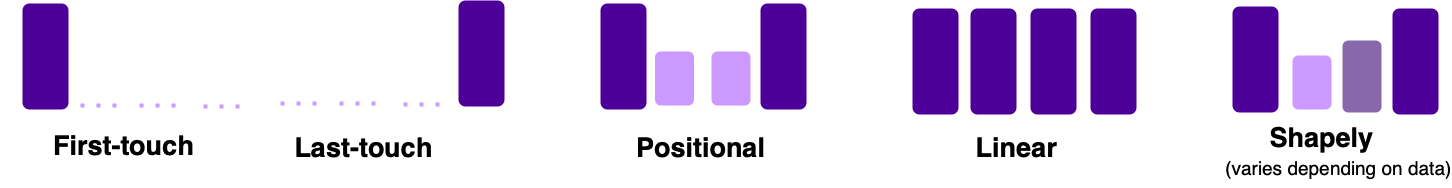
Before: docs/modeling-your-data/modeling-your-data-with-dbt/dbt-models/dbt-fractribution-data-model/images/attribution_models_light.png, a diagram exported from draw.io (snowplow/documentation). Source tidied: cells renumbered, new cells last; positions are measured from the earlier drawing's top-left corner, leaving out a move shared by most shapes.
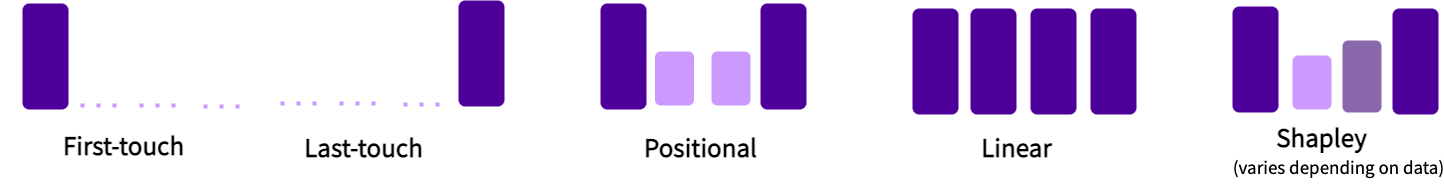
After the change.

The edit, as a diff of the source:
```diff
@@ -2,31 +2,31 @@
   <root>
     <mxCell id="0" />
     <mxCell id="1" parent="0" />
-    <mxCell id="2" value="&lt;font size=&quot;1&quot;&gt;&lt;b style=&quot;font-size: 27px;&quot;&gt;Last-touch&lt;/b&gt;&lt;/font&gt;" style="text;spacingTop=-5;align=center;verticalAlign=middle;fontStyle=0;html=1;fontSize=18;strokeColor=none;strokeWidth=6;" parent="1" vertex="1">
+    <mxCell id="2" value="&lt;font size=&quot;1&quot;&gt;&lt;b style=&quot;font-size: 27px;&quot;&gt;Last-touch&lt;/b&gt;&lt;/font&gt;" style="text;spacingTop=-5;align=center;verticalAlign=middle;fontStyle=0;html=1;fontSize=18;strokeColor=none;strokeWidth=6;fontFamily=Source Sans Pro;fontSource=https%3A%2F%2Ffonts.googleapis.com%2Fcss%3Ffamily%3DSource%2BSans%2BPro;" parent="1" vertex="1">
       <mxGeometry x="303" y="134" width="120" height="30" as="geometry" />
     </mxCell>
-    <mxCell id="3" value="&lt;font size=&quot;1&quot;&gt;&lt;b style=&quot;font-size: 27px;&quot;&gt;Positional&lt;/b&gt;&lt;/font&gt;" style="text;spacingTop=-5;align=center;verticalAlign=middle;fontStyle=0;html=1;fontSize=18;strokeColor=none;strokeWidth=6;" parent="1" vertex="1">
+    <mxCell id="3" value="&lt;font size=&quot;1&quot;&gt;&lt;b style=&quot;font-size: 27px;&quot;&gt;Positional&lt;/b&gt;&lt;/font&gt;" style="text;spacingTop=-5;align=center;verticalAlign=middle;fontStyle=0;html=1;fontSize=18;strokeColor=none;strokeWidth=6;fontFamily=Source Sans Pro;fontSource=https%3A%2F%2Ffonts.googleapis.com%2Fcss%3Ffamily%3DSource%2BSans%2BPro;" parent="1" vertex="1">
       <mxGeometry x="640" y="134" width="120" height="30" as="geometry" />
     </mxCell>
-    <mxCell id="4" value="&lt;font size=&quot;1&quot;&gt;&lt;b style=&quot;font-size: 27px;&quot;&gt;Linear&lt;/b&gt;&lt;/font&gt;" style="text;spacingTop=-5;align=center;verticalAlign=middle;fontStyle=0;html=1;fontSize=18;strokeColor=none;strokeWidth=6;" parent="1" vertex="1">
+    <mxCell id="4" value="&lt;font size=&quot;1&quot;&gt;&lt;b style=&quot;font-size: 27px;&quot;&gt;Linear&lt;/b&gt;&lt;/font&gt;" style="text;spacingTop=-5;align=center;verticalAlign=middle;fontStyle=0;html=1;fontSize=18;strokeColor=none;strokeWidth=6;fontFamily=Source Sans Pro;fontSource=https%3A%2F%2Ffonts.googleapis.com%2Fcss%3Ffamily%3DSource%2BSans%2BPro;" parent="1" vertex="1">
       <mxGeometry x="956" y="134" width="120" height="30" as="geometry" />
     </mxCell>
-    <mxCell id="5" style="group;" parent="1" vertex="1">
+    <mxCell id="5" style="group;fontFamily=Source Sans Pro;fontSource=https%3A%2F%2Ffonts.googleapis.com%2Fcss%3Ffamily%3DSource%2BSans%2BPro;" parent="1" vertex="1">
       <mxGeometry width="183" height="164" as="geometry" />
     </mxCell>
-    <mxCell id="6" value="&lt;font size=&quot;1&quot;&gt;&lt;b style=&quot;font-size: 27px;&quot;&gt;First-touch&lt;/b&gt;&lt;/font&gt;" style="text;spacingTop=-5;align=center;verticalAlign=middle;fontStyle=0;html=1;fontSize=18;strokeColor=none;strokeWidth=6;" parent="5" vertex="1">
+    <mxCell id="6" value="&lt;font size=&quot;1&quot;&gt;&lt;b style=&quot;font-size: 27px;&quot;&gt;First-touch&lt;/b&gt;&lt;/font&gt;" style="text;spacingTop=-5;align=center;verticalAlign=middle;fontStyle=0;html=1;fontSize=18;strokeColor=none;strokeWidth=6;fontFamily=Source Sans Pro;fontSource=https%3A%2F%2Ffonts.googleapis.com%2Fcss%3Ffamily%3DSource%2BSans%2BPro;" parent="5" vertex="1">
       <mxGeometry x="63" y="132" width="120" height="30" as="geometry" />
     </mxCell>
-    <mxCell id="7" style="group;" parent="1" vertex="1">
+    <mxCell id="7" style="group;fontFamily=Source Sans Pro;fontSource=https%3A%2F%2Ffonts.googleapis.com%2Fcss%3Ffamily%3DSource%2BSans%2BPro;" parent="1" vertex="1">
       <mxGeometry x="282" width="222" height="106" as="geometry" />
     </mxCell>
-    <mxCell id="8" style="whiteSpace=wrap;fillColor=#4C0099;gradientDirection=east;strokeColor=none;html=1;fontColor=#ffffff;rounded=1;" parent="7" vertex="1">
+    <mxCell id="8" style="whiteSpace=wrap;fillColor=#4C0099;gradientDirection=east;strokeColor=none;html=1;fontColor=#ffffff;rounded=1;fontFamily=Source Sans Pro;fontSource=https%3A%2F%2Ffonts.googleapis.com%2Fcss%3Ffamily%3DSource%2BSans%2BPro;" parent="7" vertex="1">
       <mxGeometry x="176" width="46" height="106" as="geometry" />
     </mxCell>
-    <mxCell id="9" style="group;" parent="7" vertex="1">
+    <mxCell id="9" style="group;fontFamily=Source Sans Pro;fontSource=https%3A%2F%2Ffonts.googleapis.com%2Fcss%3Ffamily%3DSource%2BSans%2BPro;" parent="7" vertex="1">
       <mxGeometry y="103" width="123" height="1" as="geometry" />
     </mxCell>
-    <mxCell id="10" style="endArrow=none;dashed=1;html=1;dashPattern=1 3;strokeWidth=4;rounded=0;fillColor=#6a00ff;strokeColor=#CC99FF;" parent="9" edge="1">
+    <mxCell id="10" style="endArrow=none;dashed=1;html=1;dashPattern=1 3;strokeWidth=4;rounded=0;fillColor=#6a00ff;strokeColor=#CC99FF;fontFamily=Source Sans Pro;fontSource=https%3A%2F%2Ffonts.googleapis.com%2Fcss%3Ffamily%3DSource%2BSans%2BPro;" parent="9" edge="1">
       <mxGeometry relative="1" as="geometry">
         <mxPoint y="-2" as="sourcePoint" />
         <mxPoint x="42" as="targetPoint" />
@@ -35,7 +35,7 @@
         </Array>
       </mxGeometry>
     </mxCell>
-    <mxCell id="11" style="endArrow=none;dashed=1;html=1;dashPattern=1 3;strokeWidth=4;rounded=0;fillColor=#6a00ff;strokeColor=#CC99FF;" parent="9" edge="1">
+    <mxCell id="11" style="endArrow=none;dashed=1;html=1;dashPattern=1 3;strokeWidth=4;rounded=0;fillColor=#6a00ff;strokeColor=#CC99FF;fontFamily=Source Sans Pro;fontSource=https%3A%2F%2Ffonts.googleapis.com%2Fcss%3Ffamily%3DSource%2BSans%2BPro;" parent="9" edge="1">
       <mxGeometry relative="1" as="geometry">
         <mxPoint x="59" y="-2" as="sourcePoint" />
         <mxPoint x="99" as="targetPoint" />
@@ -44,7 +44,7 @@
         </Array>
       </mxGeometry>
     </mxCell>
-    <mxCell id="12" style="endArrow=none;dashed=1;html=1;dashPattern=1 3;strokeWidth=4;rounded=0;fillColor=#6a00ff;strokeColor=#CC99FF;" parent="9" edge="1">
+    <mxCell id="12" style="endArrow=none;dashed=1;html=1;dashPattern=1 3;strokeWidth=4;rounded=0;fillColor=#6a00ff;strokeColor=#CC99FF;fontFamily=Source Sans Pro;fontSource=https%3A%2F%2Ffonts.googleapis.com%2Fcss%3Ffamily%3DSource%2BSans%2BPro;" parent="9" edge="1">
       <mxGeometry relative="1" as="geometry">
         <mxPoint x="123" y="-1" as="sourcePoint" />
         <mxPoint x="160" y="1" as="targetPoint" />
@@ -53,13 +53,13 @@
         </Array>
       </mxGeometry>
     </mxCell>
-    <mxCell id="13" style="whiteSpace=wrap;fillColor=#4C0099;gradientDirection=east;strokeColor=none;html=1;fontColor=#ffffff;rounded=1;" parent="1" vertex="1">
+    <mxCell id="13" style="whiteSpace=wrap;fillColor=#4C0099;gradientDirection=east;strokeColor=none;html=1;fontColor=#ffffff;rounded=1;fontFamily=Source Sans Pro;fontSource=https%3A%2F%2Ffonts.googleapis.com%2Fcss%3Ffamily%3DSource%2BSans%2BPro;" parent="1" vertex="1">
       <mxGeometry x="22" y="3" width="46" height="106" as="geometry" />
     </mxCell>
-    <mxCell id="14" style="group;" parent="1" vertex="1">
+    <mxCell id="14" style="group;fontFamily=Source Sans Pro;fontSource=https%3A%2F%2Ffonts.googleapis.com%2Fcss%3Ffamily%3DSource%2BSans%2BPro;" parent="1" vertex="1">
       <mxGeometry x="82" y="105" width="123" height="1" as="geometry" />
     </mxCell>
-    <mxCell id="15" style="endArrow=none;dashed=1;html=1;dashPattern=1 3;strokeWidth=4;rounded=0;fillColor=#6a00ff;strokeColor=#CC99FF;" parent="14" edge="1">
+    <mxCell id="15" style="endArrow=none;dashed=1;html=1;dashPattern=1 3;strokeWidth=4;rounded=0;fillColor=#6a00ff;strokeColor=#CC99FF;fontFamily=Source Sans Pro;fontSource=https%3A%2F%2Ffonts.googleapis.com%2Fcss%3Ffamily%3DSource%2BSans%2BPro;" parent="14" edge="1">
       <mxGeometry relative="1" as="geometry">
         <mxPoint y="-2" as="sourcePoint" />
         <mxPoint x="42" as="targetPoint" />
@@ -68,7 +68,7 @@
         </Array>
       </mxGeometry>
     </mxCell>
-    <mxCell id="16" style="endArrow=none;dashed=1;html=1;dashPattern=1 3;strokeWidth=4;rounded=0;fillColor=#6a00ff;strokeColor=#CC99FF;" parent="14" edge="1">
+    <mxCell id="16" style="endArrow=none;dashed=1;html=1;dashPattern=1 3;strokeWidth=4;rounded=0;fillColor=#6a00ff;strokeColor=#CC99FF;fontFamily=Source Sans Pro;fontSource=https%3A%2F%2Ffonts.googleapis.com%2Fcss%3Ffamily%3DSource%2BSans%2BPro;" parent="14" edge="1">
       <mxGeometry relative="1" as="geometry">
         <mxPoint x="59" y="-2" as="sourcePoint" />
         <mxPoint x="99" as="targetPoint" />
@@ -77,7 +77,7 @@
         </Array>
       </mxGeometry>
     </mxCell>
-    <mxCell id="17" style="endArrow=none;dashed=1;html=1;dashPattern=1 3;strokeWidth=4;rounded=0;fillColor=#6a00ff;strokeColor=#CC99FF;" parent="14" edge="1">
+    <mxCell id="17" style="endArrow=none;dashed=1;html=1;dashPattern=1 3;strokeWidth=4;rounded=0;fillColor=#6a00ff;strokeColor=#CC99FF;fontFamily=Source Sans Pro;fontSource=https%3A%2F%2Ffonts.googleapis.com%2Fcss%3Ffamily%3DSource%2BSans%2BPro;" parent="14" edge="1">
       <mxGeometry relative="1" as="geometry">
         <mxPoint x="123" y="-1" as="sourcePoint" />
         <mxPoint x="160" y="1" as="targetPoint" />
@@ -86,46 +86,46 @@
         </Array>
       </mxGeometry>
     </mxCell>
-    <mxCell id="18" style="whiteSpace=wrap;fillColor=#4C0099;gradientDirection=east;strokeColor=none;html=1;fontColor=#ffffff;rounded=1;" parent="1" vertex="1">
+    <mxCell id="18" style="whiteSpace=wrap;fillColor=#4C0099;gradientDirection=east;strokeColor=none;html=1;fontColor=#ffffff;rounded=1;fontFamily=Source Sans Pro;fontSource=https%3A%2F%2Ffonts.googleapis.com%2Fcss%3Ffamily%3DSource%2BSans%2BPro;" parent="1" vertex="1">
       <mxGeometry x="1232" y="6" width="46" height="106" as="geometry" />
     </mxCell>
-    <mxCell id="19" style="whiteSpace=wrap;fillColor=#CC99FF;gradientDirection=east;strokeColor=none;html=1;fontColor=#ffffff;rounded=1;" parent="1" vertex="1">
+    <mxCell id="19" style="whiteSpace=wrap;fillColor=#CC99FF;gradientDirection=east;strokeColor=none;html=1;fontColor=#ffffff;rounded=1;fontFamily=Source Sans Pro;fontSource=https%3A%2F%2Ffonts.googleapis.com%2Fcss%3Ffamily%3DSource%2BSans%2BPro;" parent="1" vertex="1">
       <mxGeometry x="1292" y="55" width="39" height="54" as="geometry" />
     </mxCell>
-    <mxCell id="20" style="whiteSpace=wrap;fillColor=#4C0099;gradientDirection=east;strokeColor=none;html=1;fontColor=#ffffff;rounded=1;" parent="1" vertex="1">
+    <mxCell id="20" style="whiteSpace=wrap;fillColor=#4C0099;gradientDirection=east;strokeColor=none;html=1;fontColor=#ffffff;rounded=1;fontFamily=Source Sans Pro;fontSource=https%3A%2F%2Ffonts.googleapis.com%2Fcss%3Ffamily%3DSource%2BSans%2BPro;" parent="1" vertex="1">
       <mxGeometry x="1392" y="8" width="46" height="106" as="geometry" />
     </mxCell>
-    <mxCell id="21" style="whiteSpace=wrap;fillColor=#8967AB;gradientDirection=east;strokeColor=none;html=1;fontColor=#ffffff;rounded=1;" parent="1" vertex="1">
+    <mxCell id="21" style="whiteSpace=wrap;fillColor=#8967AB;gradientDirection=east;strokeColor=none;html=1;fontColor=#ffffff;rounded=1;fontFamily=Source Sans Pro;fontSource=https%3A%2F%2Ffonts.googleapis.com%2Fcss%3Ffamily%3DSource%2BSans%2BPro;" parent="1" vertex="1">
       <mxGeometry x="1342" y="40" width="39" height="72" as="geometry" />
     </mxCell>
-    <mxCell id="22" value="&lt;font size=&quot;1&quot;&gt;&lt;b style=&quot;font-size: 27px;&quot;&gt;Shapely&lt;/b&gt;&lt;/font&gt;" style="text;spacingTop=-5;align=center;verticalAlign=middle;fontStyle=0;html=1;fontSize=18;strokeColor=none;strokeWidth=6;" parent="1" vertex="1">
+    <mxCell id="22" value="&lt;font size=&quot;1&quot;&gt;&lt;b style=&quot;font-size: 27px;&quot;&gt;Shapley&lt;/b&gt;&lt;/font&gt;" style="text;spacingTop=-5;align=center;verticalAlign=middle;fontStyle=0;html=1;fontSize=18;strokeColor=none;strokeWidth=6;fontFamily=Source Sans Pro;fontSource=https%3A%2F%2Ffonts.googleapis.com%2Fcss%3Ffamily%3DSource%2BSans%2BPro;" parent="1" vertex="1">
       <mxGeometry x="1261" y="124" width="120" height="30" as="geometry" />
     </mxCell>
-    <mxCell id="23" value="&lt;font style=&quot;font-size: 19px;&quot;&gt;(varies depending on data)&lt;/font&gt;" style="text;spacingTop=-5;align=center;verticalAlign=middle;fontStyle=0;html=1;fontSize=18;strokeColor=none;strokeWidth=6;" parent="1" vertex="1">
+    <mxCell id="23" value="&lt;font style=&quot;font-size: 19px;&quot;&gt;(varies depending on data)&lt;/font&gt;" style="text;spacingTop=-5;align=center;verticalAlign=middle;fontStyle=0;html=1;fontSize=18;strokeColor=none;strokeWidth=6;fontFamily=Source Sans Pro;fontSource=https%3A%2F%2Ffonts.googleapis.com%2Fcss%3Ffamily%3DSource%2BSans%2BPro;" parent="1" vertex="1">
       <mxGeometry x="1278" y="154" width="120" height="30" as="geometry" />
     </mxCell>
     <mxCell id="24" style="whiteSpace=wrap;fillColor=#4C0099;gradientDirection=east;strokeColor=none;html=1;fontColor=#ffffff;rounded=1;" parent="1" vertex="1">
       <mxGeometry x="912" y="8" width="46" height="106" as="geometry" />
     </mxCell>
-    <mxCell id="25" style="whiteSpace=wrap;fillColor=#4C0099;gradientDirection=east;strokeColor=none;html=1;fontColor=#ffffff;rounded=1;" parent="1" vertex="1">
+    <mxCell id="25" style="whiteSpace=wrap;fillColor=#4C0099;gradientDirection=east;strokeColor=none;html=1;fontColor=#ffffff;rounded=1;fontFamily=Source Sans Pro;fontSource=https%3A%2F%2Ffonts.googleapis.com%2Fcss%3Ffamily%3DSource%2BSans%2BPro;" parent="1" vertex="1">
       <mxGeometry x="970" y="8" width="46" height="106" as="geometry" />
     </mxCell>
-    <mxCell id="26" style="whiteSpace=wrap;fillColor=#4C0099;gradientDirection=east;strokeColor=none;html=1;fontColor=#ffffff;rounded=1;" parent="1" vertex="1">
+    <mxCell id="26" style="whiteSpace=wrap;fillColor=#4C0099;gradientDirection=east;strokeColor=none;html=1;fontColor=#ffffff;rounded=1;fontFamily=Source Sans Pro;fontSource=https%3A%2F%2Ffonts.googleapis.com%2Fcss%3Ffamily%3DSource%2BSans%2BPro;" parent="1" vertex="1">
       <mxGeometry x="1030" y="8" width="46" height="106" as="geometry" />
     </mxCell>
-    <mxCell id="27" style="whiteSpace=wrap;fillColor=#4C0099;gradientDirection=east;strokeColor=none;html=1;fontColor=#ffffff;rounded=1;" parent="1" vertex="1">
+    <mxCell id="27" style="whiteSpace=wrap;fillColor=#4C0099;gradientDirection=east;strokeColor=none;html=1;fontColor=#ffffff;rounded=1;fontFamily=Source Sans Pro;fontSource=https%3A%2F%2Ffonts.googleapis.com%2Fcss%3Ffamily%3DSource%2BSans%2BPro;" parent="1" vertex="1">
       <mxGeometry x="1090" y="8" width="46" height="106" as="geometry" />
     </mxCell>
-    <mxCell id="28" style="whiteSpace=wrap;fillColor=#CC99FF;gradientDirection=east;strokeColor=none;html=1;fontColor=#ffffff;rounded=1;" parent="1" vertex="1">
+    <mxCell id="28" style="whiteSpace=wrap;fillColor=#CC99FF;gradientDirection=east;strokeColor=none;html=1;fontColor=#ffffff;rounded=1;fontFamily=Source Sans Pro;fontSource=https%3A%2F%2Ffonts.googleapis.com%2Fcss%3Ffamily%3DSource%2BSans%2BPro;" parent="1" vertex="1">
       <mxGeometry x="654.5" y="51" width="39" height="54" as="geometry" />
     </mxCell>
-    <mxCell id="29" style="whiteSpace=wrap;fillColor=#CC99FF;gradientDirection=east;strokeColor=none;html=1;fontColor=#ffffff;rounded=1;" parent="1" vertex="1">
+    <mxCell id="29" style="whiteSpace=wrap;fillColor=#CC99FF;gradientDirection=east;strokeColor=none;html=1;fontColor=#ffffff;rounded=1;fontFamily=Source Sans Pro;fontSource=https%3A%2F%2Ffonts.googleapis.com%2Fcss%3Ffamily%3DSource%2BSans%2BPro;" parent="1" vertex="1">
       <mxGeometry x="711" y="51" width="39" height="54" as="geometry" />
     </mxCell>
-    <mxCell id="30" style="whiteSpace=wrap;fillColor=#4C0099;gradientDirection=east;strokeColor=none;html=1;fontColor=#ffffff;rounded=1;" parent="1" vertex="1">
+    <mxCell id="30" style="whiteSpace=wrap;fillColor=#4C0099;gradientDirection=east;strokeColor=none;html=1;fontColor=#ffffff;rounded=1;fontFamily=Source Sans Pro;fontSource=https%3A%2F%2Ffonts.googleapis.com%2Fcss%3Ffamily%3DSource%2BSans%2BPro;" parent="1" vertex="1">
       <mxGeometry x="600" y="3" width="46" height="106" as="geometry" />
     </mxCell>
-    <mxCell id="31" style="whiteSpace=wrap;fillColor=#4C0099;gradientDirection=east;strokeColor=none;html=1;fontColor=#ffffff;rounded=1;" parent="1" vertex="1">
+    <mxCell id="31" style="whiteSpace=wrap;fillColor=#4C0099;gradientDirection=east;strokeColor=none;html=1;fontColor=#ffffff;rounded=1;fontFamily=Source Sans Pro;fontSource=https%3A%2F%2Ffonts.googleapis.com%2Fcss%3Ffamily%3DSource%2BSans%2BPro;" parent="1" vertex="1">
       <mxGeometry x="760" y="3" width="46" height="106" as="geometry" />
     </mxCell>
   </root>
```
